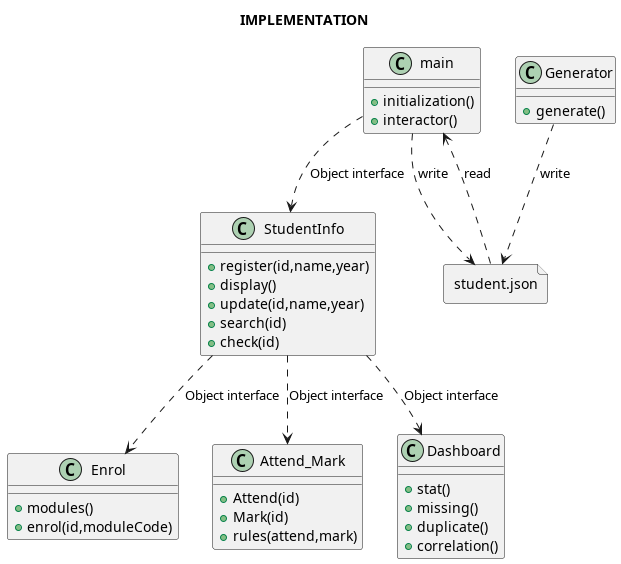
The PlantUML diagram doc/structure.png in WeiZheng-G/UniversityManagementSystem, before a commit.
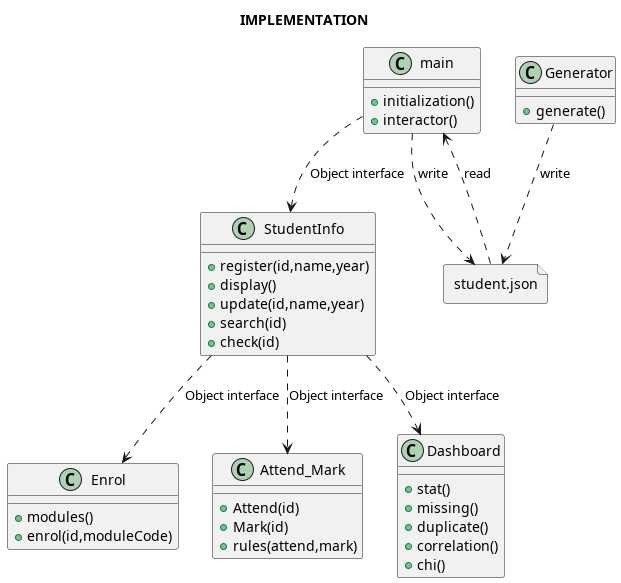
After the commit.

Diff of the diagram source:
```diff
@@ -26,6 +26,7 @@
     +missing()
     +duplicate()
     +correlation()
+    +chi()
 }
 class Generator{
     +generate()
```
